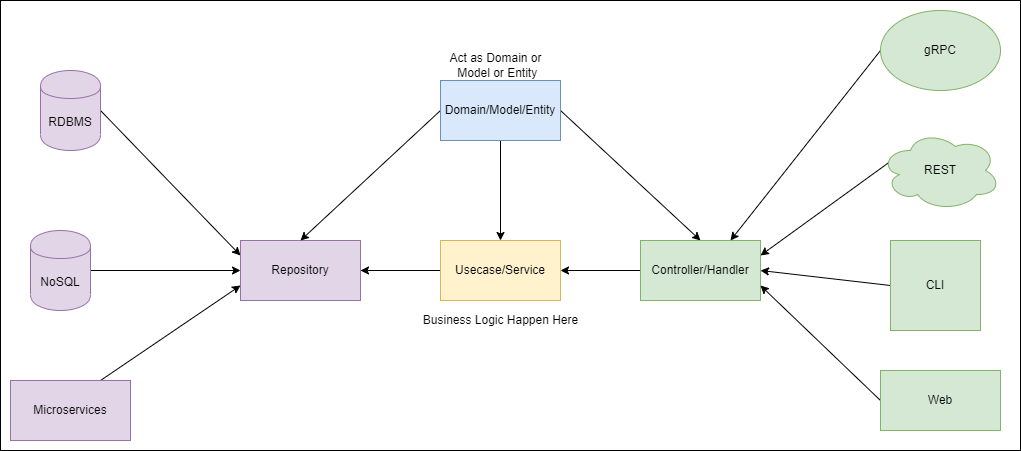
The draw.io diagram docs/img/clean-arch.png in yossdev/mypoints-rest-api, before a commit. Source tidied: cells renumbered, new cells last; positions are measured from the earlier drawing's top-left corner, leaving out a move shared by most shapes.
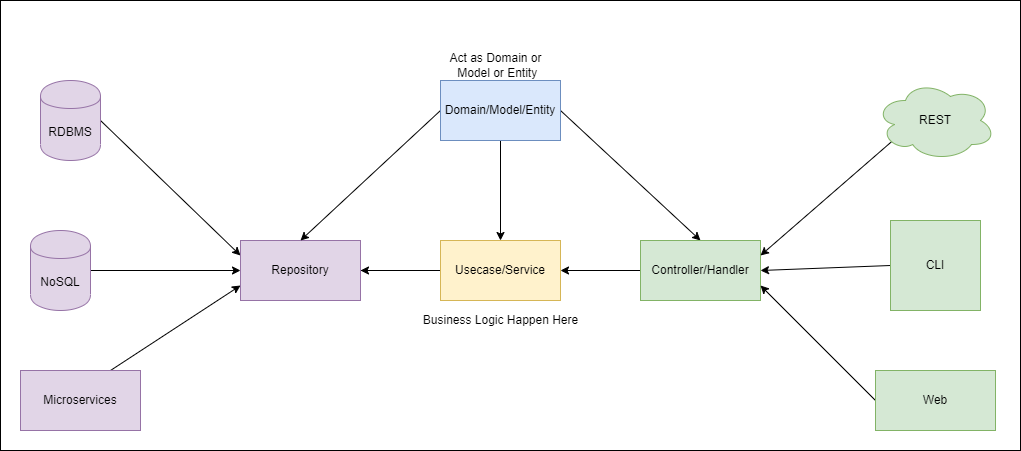
The same diagram one commit later.

Change to the diagram source:
```diff
@@ -9,7 +9,7 @@
       <mxGeometry relative="1" as="geometry" />
     </mxCell>
     <mxCell id="4" value="RDBMS" style="shape=cylinder;whiteSpace=wrap;html=1;boundedLbl=1;backgroundOutline=1;fillColor=#e1d5e7;strokeColor=#9673a6;" parent="1" vertex="1">
-      <mxGeometry x="40" y="70" width="60" height="80" as="geometry" />
+      <mxGeometry x="40" y="80" width="60" height="80" as="geometry" />
     </mxCell>
     <mxCell id="5" style="edgeStyle=none;rounded=0;jettySize=auto;html=1;exitX=1;exitY=0.5;exitDx=0;exitDy=0;entryX=0;entryY=0.5;entryDx=0;entryDy=0;" parent="1" edge="1" source="6" target="8">
       <mxGeometry relative="1" as="geometry" />
@@ -32,7 +32,7 @@
       <mxGeometry relative="1" as="geometry" />
     </mxCell>
     <mxCell id="10" value="Microservices" style="rounded=0;whiteSpace=wrap;html=1;fillColor=#e1d5e7;strokeColor=#9673a6;" parent="1" vertex="1">
-      <mxGeometry x="10" y="380" width="120" height="60" as="geometry" />
+      <mxGeometry x="20" y="370" width="120" height="60" as="geometry" />
     </mxCell>
     <mxCell id="11" style="edgeStyle=none;rounded=0;jettySize=auto;html=1;exitX=0;exitY=0.5;exitDx=0;exitDy=0;entryX=0.5;entryY=0;entryDx=0;entryDy=0;" parent="1" edge="1" source="14" target="8">
       <mxGeometry relative="1" as="geometry" />
@@ -55,29 +55,23 @@
     <mxCell id="17" value="Controller/Handler" style="rounded=0;whiteSpace=wrap;html=1;fillColor=#d5e8d4;strokeColor=#82b366;" parent="1" vertex="1">
       <mxGeometry x="640" y="240" width="120" height="60" as="geometry" />
     </mxCell>
-    <mxCell id="18" style="edgeStyle=none;rounded=0;jettySize=auto;html=1;exitX=0;exitY=0.5;exitDx=0;exitDy=0;entryX=0.75;entryY=0;entryDx=0;entryDy=0;" parent="1" edge="1" source="19" target="17">
-      <mxGeometry relative="1" as="geometry" />
-    </mxCell>
-    <mxCell id="19" value="gRPC" style="ellipse;whiteSpace=wrap;html=1;fillColor=#d5e8d4;strokeColor=#82b366;" parent="1" vertex="1">
-      <mxGeometry x="880" y="10" width="120" height="80" as="geometry" />
-    </mxCell>
-    <mxCell id="20" style="edgeStyle=none;rounded=0;jettySize=auto;html=1;exitX=0.07;exitY=0.4;exitDx=0;exitDy=0;exitPerimeter=0;entryX=1;entryY=0.25;entryDx=0;entryDy=0;" parent="1" edge="1" source="21" target="17">
+    <mxCell id="20" style="edgeStyle=none;rounded=0;jettySize=auto;html=1;entryX=1;entryY=0.25;entryDx=0;entryDy=0;exitX=0.13;exitY=0.77;exitDx=0;exitDy=0;exitPerimeter=0;" parent="1" edge="1" source="21" target="17">
       <mxGeometry relative="1" as="geometry" />
     </mxCell>
     <mxCell id="21" value="REST" style="ellipse;shape=cloud;whiteSpace=wrap;html=1;fillColor=#d5e8d4;strokeColor=#82b366;" parent="1" vertex="1">
-      <mxGeometry x="880" y="130" width="120" height="80" as="geometry" />
+      <mxGeometry x="875" y="80" width="120" height="80" as="geometry" />
     </mxCell>
     <mxCell id="22" style="edgeStyle=none;rounded=0;jettySize=auto;html=1;exitX=0;exitY=0.5;exitDx=0;exitDy=0;entryX=1;entryY=0.5;entryDx=0;entryDy=0;" parent="1" edge="1" source="23" target="17">
       <mxGeometry relative="1" as="geometry" />
     </mxCell>
     <mxCell id="23" value="CLI" style="whiteSpace=wrap;html=1;fillColor=#d5e8d4;strokeColor=#82b366;" parent="1" vertex="1">
-      <mxGeometry x="890" y="240" width="90" height="90" as="geometry" />
+      <mxGeometry x="890" y="220" width="90" height="90" as="geometry" />
     </mxCell>
     <mxCell id="24" style="edgeStyle=none;rounded=0;jettySize=auto;html=1;exitX=0;exitY=0.5;exitDx=0;exitDy=0;entryX=1;entryY=0.75;entryDx=0;entryDy=0;" parent="1" edge="1" source="25" target="17">
       <mxGeometry relative="1" as="geometry" />
     </mxCell>
     <mxCell id="25" value="Web" style="rounded=0;whiteSpace=wrap;html=1;fillColor=#d5e8d4;strokeColor=#82b366;" parent="1" vertex="1">
-      <mxGeometry x="880" y="370" width="120" height="60" as="geometry" />
+      <mxGeometry x="875" y="370" width="120" height="60" as="geometry" />
     </mxCell>
     <mxCell id="26" value="Business Logic Happen Here" style="text;html=1;align=center;verticalAlign=middle;" parent="1" vertex="1">
       <mxGeometry x="415" y="310" width="170" height="20" as="geometry" />
```
